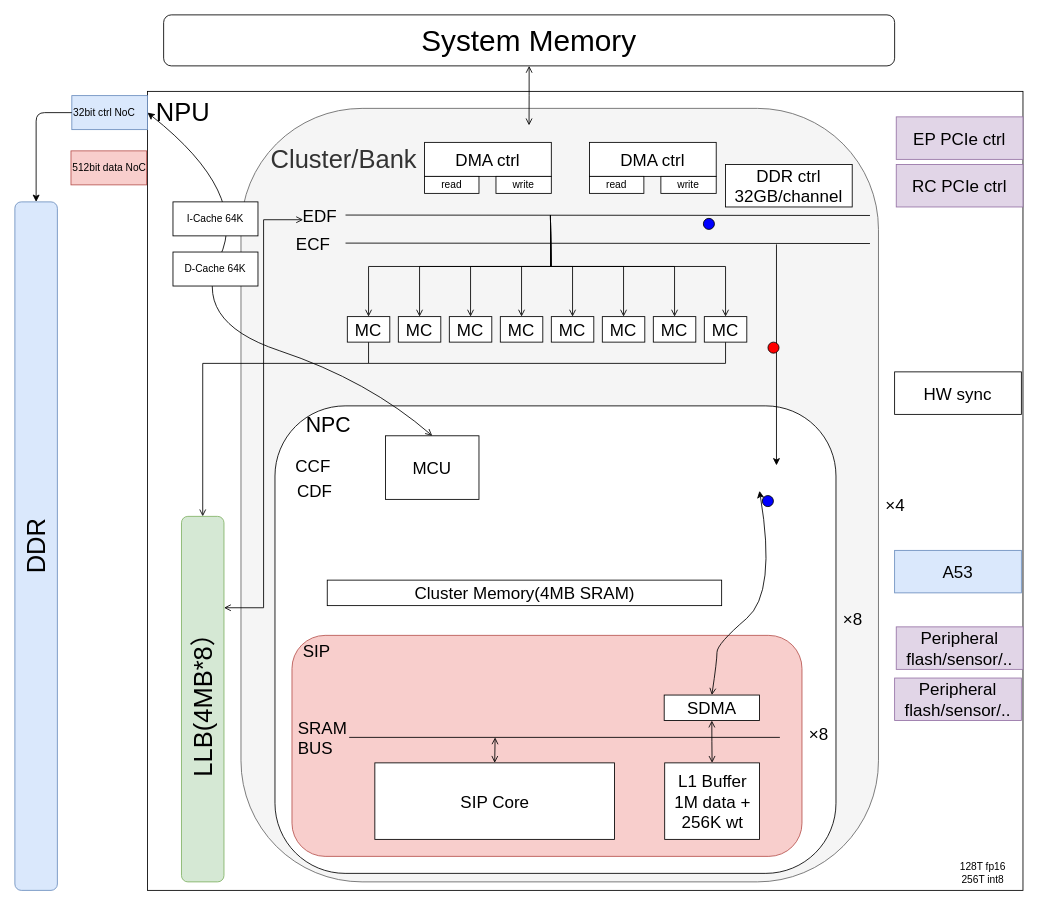
The draw.io diagram draw/jiuzhang.drawio in dracohan/jmhan.github.io, before the edit. Source tidied: cells renumbered, new cells numbered last; positions are measured from the earlier drawing's top-left corner, leaving out a move shared by most shapes. Both pictures are drawn from the tidied source at 85%, with x=0, y=0 at pixel (14, 14).
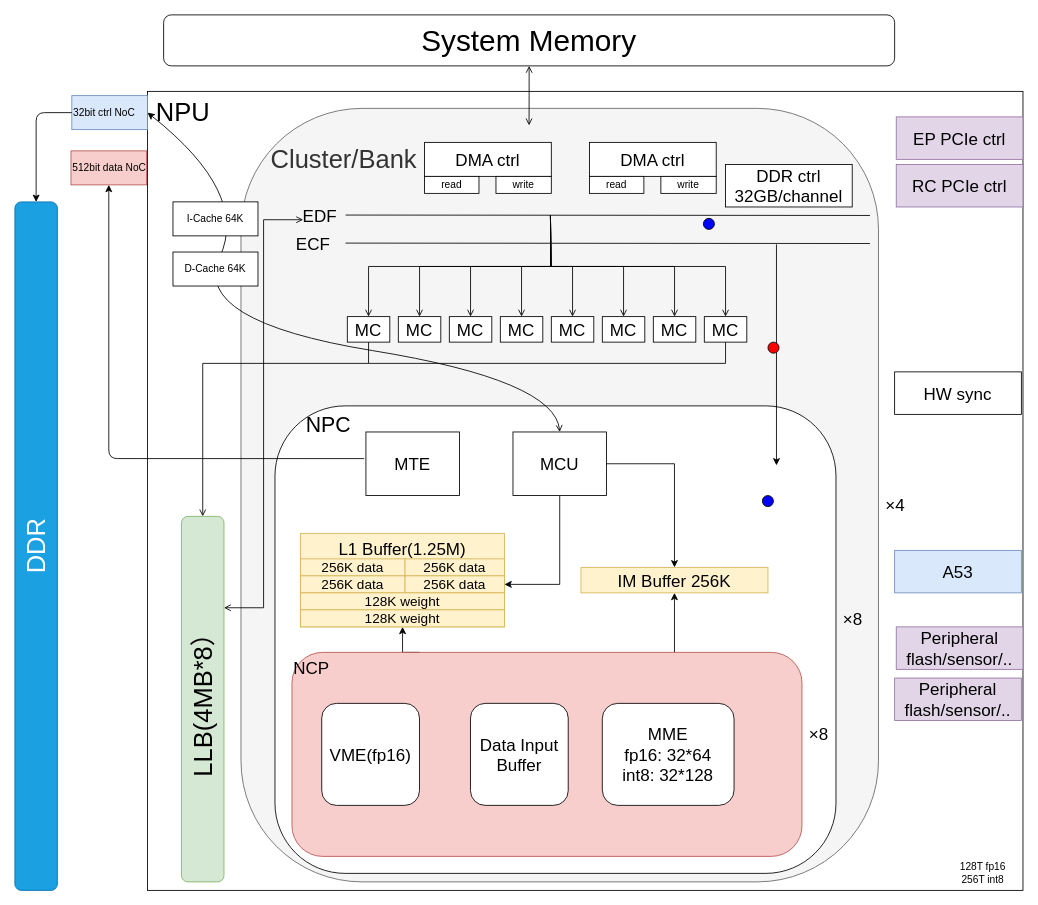
After the change.

Unchanged cells that the change refers to:
```xml
<mxCell id="52" value="32bit ctrl NoC" style="rounded=0;whiteSpace=wrap;html=1;align=left;fillColor=#dae8fc;strokeColor=#6c8ebf;" parent="1" vertex="1">
  <mxGeometry x="67" y="95" width="89" height="40" as="geometry" />
</mxCell>
<mxCell id="53" value="512bit data NoC" style="rounded=0;whiteSpace=wrap;html=1;align=left;fillColor=#f8cecc;strokeColor=#b85450;" parent="1" vertex="1">
  <mxGeometry x="66" y="160" width="89" height="40" as="geometry" />
</mxCell>
```

Change to the diagram source:
```diff
@@
-    <mxCell id="25" value="CDF" style="text;html=1;strokeColor=none;fillColor=none;align=center;verticalAlign=middle;whiteSpace=wrap;rounded=0;fontSize=20;" parent="1" vertex="1">
-      <mxGeometry x="332.8" y="550" width="40" height="20" as="geometry" />
-    </mxCell>
+    <mxCell id="74" style="edgeStyle=orthogonalEdgeStyle;rounded=0;jettySize=auto;html=1;entryX=1;entryY=0.5;entryDx=0;entryDy=0;exitX=0.5;exitY=1;exitDx=0;exitDy=0;" parent="1" edge="1" source="26" target="88">
+      <mxGeometry relative="1" as="geometry" />
+    </mxCell>
     <mxCell id="26" value="MCU" style="rounded=0;whiteSpace=wrap;html=1;align=center;fontSize=20;" parent="1" vertex="1">
-      <mxGeometry x="436" y="495.2" width="110" height="74.8" as="geometry" />
+      <mxGeometry x="586" y="490.7" width="110" height="74.8" as="geometry" />
     </mxCell>
-    <mxCell id="27" value="Cluster Memory(4MB SRAM)" style="rounded=0;whiteSpace=wrap;html=1;align=center;fontSize=20;" parent="1" vertex="1">
-      <mxGeometry x="367.5" y="665" width="464" height="30" as="geometry" />
-    </mxCell>
@@
+    <mxCell id="75" style="edgeStyle=orthogonalEdgeStyle;rounded=0;jettySize=auto;html=1;exitX=0.75;exitY=0;exitDx=0;exitDy=0;entryX=0.5;entryY=1;entryDx=0;entryDy=0;" parent="1" edge="1" source="30" target="82">
+      <mxGeometry relative="1" as="geometry" />
+    </mxCell>
+    <mxCell id="76" style="edgeStyle=orthogonalEdgeStyle;rounded=0;jettySize=auto;html=1;exitX=0.25;exitY=0;exitDx=0;exitDy=0;entryX=0.5;entryY=1;entryDx=0;entryDy=0;" parent="1" edge="1" source="30" target="90">
+      <mxGeometry relative="1" as="geometry" />
+    </mxCell>
-    <mxCell id="30" value="&lt;font style=&quot;font-size: 20px;&quot;&gt;&amp;nbsp; SIP&lt;/font&gt;" style="rounded=1;whiteSpace=wrap;html=1;align=left;verticalAlign=top;fontSize=20;fillColor=#f8cecc;strokeColor=#b85450;" parent="1" vertex="1">
-      <mxGeometry x="326" y="730" width="600" height="260" as="geometry" />
+    <mxCell id="30" value="&lt;font style=&quot;font-size: 20px&quot;&gt;NCP&lt;/font&gt;" style="rounded=1;whiteSpace=wrap;html=1;align=left;verticalAlign=top;fontSize=20;fillColor=#f8cecc;strokeColor=#b85450;" parent="1" vertex="1">
+      <mxGeometry x="326" y="750" width="600" height="240" as="geometry" />
     </mxCell>
-    <mxCell id="31" style="edgeStyle=orthogonalEdgeStyle;rounded=0;jettySize=auto;html=1;exitX=0.5;exitY=1;exitDx=0;exitDy=0;entryX=0.5;entryY=0;entryDx=0;entryDy=0;startArrow=open;startFill=0;endArrow=open;endFill=0;strokeColor=#000000;fontSize=20;" parent="1" edge="1" source="32" target="33">
-      <mxGeometry relative="1" as="geometry" />
-    </mxCell>
-    <mxCell id="32" value="SDMA" style="rounded=0;whiteSpace=wrap;html=1;align=center;fontSize=20;" parent="1" vertex="1">
-      <mxGeometry x="763.9" y="800.2" width="112.1" height="30" as="geometry" />
-    </mxCell>
-    <mxCell id="33" value="L1 Buffer&lt;br&gt;1M data + 256K wt" style="rounded=0;whiteSpace=wrap;html=1;align=center;fontSize=20;horizontal=1;" parent="1" vertex="1">
-      <mxGeometry x="764.5" y="880" width="111.5" height="90" as="geometry" />
-    </mxCell>
-    <mxCell id="34" style="endArrow=none;html=1;strokeColor=#000000;fontSize=20;" parent="1" edge="1">
-      <mxGeometry relative="1" as="geometry">
-        <mxPoint x="393.3" y="850" as="sourcePoint" />
-        <mxPoint x="900" y="850" as="targetPoint" />
-      </mxGeometry>
-    </mxCell>
-    <mxCell id="35" value="&lt;div style=&quot;text-align: justify&quot;&gt;&lt;span&gt;SRAM&lt;/span&gt;&lt;/div&gt;&lt;div style=&quot;text-align: justify&quot;&gt;&lt;span&gt;BUS&lt;/span&gt;&lt;/div&gt;" style="text;html=1;strokeColor=none;fillColor=none;align=right;verticalAlign=middle;whiteSpace=wrap;rounded=0;fontSize=20;" parent="1" vertex="1">
-      <mxGeometry x="352" y="840" width="41.3" height="20" as="geometry" />
-    </mxCell>
@@
-    <mxCell id="44" value="CCF" style="text;html=1;strokeColor=none;fillColor=none;align=center;verticalAlign=middle;whiteSpace=wrap;rounded=0;fontSize=20;" parent="1" vertex="1">
-      <mxGeometry x="331.3" y="520" width="40" height="20" as="geometry" />
-    </mxCell>
     <mxCell id="45" style="curved=1;endArrow=classic;html=1;strokeColor=#000000;fontSize=20;exitX=0.5;exitY=0;exitDx=0;exitDy=0;startArrow=open;startFill=0;entryX=1;entryY=0.5;entryDx=0;entryDy=0;" parent="1" edge="1" source="26" target="52">
       <mxGeometry relative="1" as="geometry">
         <Array as="points">
-          <mxPoint x="416" y="430" />
+          <mxPoint x="636" y="430" />
           <mxPoint x="206" y="360" />
           <mxPoint x="276" y="210" />
         </Array>
       </mxGeometry>
     </mxCell>
@@
-    <mxCell id="47" style="curved=1;endArrow=classic;html=1;strokeColor=#000000;fontSize=20;startArrow=open;startFill=0;exitX=0.5;exitY=0;exitDx=0;exitDy=0;" parent="1" edge="1" source="32">
-      <mxGeometry relative="1" as="geometry">
-        <mxPoint x="876" y="560" as="targetPoint" />
-        <Array as="points">
-          <mxPoint x="826" y="760" />
-          <mxPoint x="826" y="740" />
-          <mxPoint x="896" y="680" />
-        </Array>
-      </mxGeometry>
-    </mxCell>
@@
-    <mxCell id="49" style="edgeStyle=orthogonalEdgeStyle;rounded=0;jettySize=auto;html=1;exitX=0.5;exitY=0;exitDx=0;exitDy=0;startArrow=open;startFill=0;endArrow=open;endFill=0;strokeColor=#000000;fontSize=20;" parent="1" edge="1" source="50">
-      <mxGeometry relative="1" as="geometry">
-        <mxPoint x="565" y="850" as="targetPoint" />
-      </mxGeometry>
-    </mxCell>
-    <mxCell id="50" value="SIP Core" style="rounded=0;whiteSpace=wrap;html=1;align=center;fontSize=20;horizontal=1;" parent="1" vertex="1">
-      <mxGeometry x="423.5" y="880" width="282" height="90" as="geometry" />
-    </mxCell>
@@
-    <mxCell id="66" value="&lt;font style=&quot;font-size: 30px&quot;&gt;DDR&lt;/font&gt;" style="rounded=1;whiteSpace=wrap;html=1;align=center;direction=east;flipV=0;horizontal=0;fontSize=25;fillColor=#dae8fc;strokeColor=#6c8ebf;" parent="1" vertex="1">
+    <mxCell id="66" value="&lt;font style=&quot;font-size: 30px&quot;&gt;DDR&lt;/font&gt;" style="rounded=1;whiteSpace=wrap;html=1;align=center;direction=east;flipV=0;horizontal=0;fontSize=25;fillColor=#1ba1e2;strokeColor=#006EAF;fontColor=#ffffff;" parent="1" vertex="1">
       <mxGeometry y="220" width="50" height="810" as="geometry" />
     </mxCell>
@@
+    <mxCell id="77" value="MTE" style="rounded=0;whiteSpace=wrap;html=1;align=center;fontSize=20;" parent="1" vertex="1">
+      <mxGeometry x="413" y="490.7" width="110" height="74.8" as="geometry" />
+    </mxCell>
+    <mxCell id="78" style="edgeStyle=orthogonalEdgeStyle;rounded=0;jettySize=auto;html=1;exitX=1;exitY=0.5;exitDx=0;exitDy=0;entryX=0.5;entryY=0;entryDx=0;entryDy=0;" parent="1" edge="1" source="26" target="82">
+      <mxGeometry relative="1" as="geometry" />
+    </mxCell>
+    <mxCell id="79" value="&lt;span style=&quot;font-size: 20px&quot;&gt;VME(fp16)&lt;/span&gt;" style="rounded=1;whiteSpace=wrap;html=1;align=center;direction=south;" parent="1" vertex="1">
+      <mxGeometry x="361" y="810" width="115" height="120" as="geometry" />
+    </mxCell>
+    <mxCell id="80" value="&lt;span style=&quot;font-size: 20px&quot;&gt;MME&lt;br&gt;fp16: 32*64&lt;br&gt;int8: 32*128&lt;br&gt;&lt;/span&gt;" style="rounded=1;whiteSpace=wrap;html=1;align=center;" parent="1" vertex="1">
+      <mxGeometry x="691.1" y="810" width="155" height="120" as="geometry" />
+    </mxCell>
+    <mxCell id="81" value="&lt;span style=&quot;font-size: 20px&quot;&gt;Data Input&lt;br&gt;Buffer&lt;br&gt;&lt;/span&gt;" style="rounded=1;whiteSpace=wrap;html=1;align=center;direction=south;" parent="1" vertex="1">
+      <mxGeometry x="536" y="810" width="115" height="120" as="geometry" />
+    </mxCell>
+    <mxCell id="82" value="IM Buffer 256K" style="rounded=0;whiteSpace=wrap;html=1;align=center;fontSize=20;horizontal=1;fillColor=#fff2cc;strokeColor=#d6b656;" parent="1" vertex="1">
+      <mxGeometry x="666" y="650" width="220" height="30" as="geometry" />
+    </mxCell>
+    <mxCell id="83" style="group;" parent="1" vertex="1">
+      <mxGeometry x="336" y="610" width="240.1" height="110" as="geometry" />
+    </mxCell>
+    <mxCell id="84" value="L1 Buffer(1.25M)" style="rounded=0;whiteSpace=wrap;html=1;align=center;fontSize=20;horizontal=1;verticalAlign=top;fillColor=#fff2cc;strokeColor=#d6b656;" parent="83" vertex="1">
+      <mxGeometry width="240" height="110" as="geometry" />
+    </mxCell>
+    <mxCell id="85" value="&lt;font style=&quot;font-size: 16px&quot;&gt;256K data&lt;/font&gt;" style="rounded=0;whiteSpace=wrap;html=1;align=center;fillColor=#fff2cc;strokeColor=#d6b656;" parent="83" vertex="1">
+      <mxGeometry y="30" width="123" height="20" as="geometry" />
+    </mxCell>
+    <mxCell id="86" value="&lt;font style=&quot;font-size: 16px&quot;&gt;256K data&lt;/font&gt;" style="rounded=0;whiteSpace=wrap;html=1;align=center;fillColor=#fff2cc;strokeColor=#d6b656;" parent="83" vertex="1">
+      <mxGeometry x="123" y="30" width="117" height="20" as="geometry" />
+    </mxCell>
+    <mxCell id="87" value="&lt;font style=&quot;font-size: 16px&quot;&gt;256K data&lt;/font&gt;" style="rounded=0;whiteSpace=wrap;html=1;align=center;fillColor=#fff2cc;strokeColor=#d6b656;" parent="83" vertex="1">
+      <mxGeometry y="50" width="123" height="20" as="geometry" />
+    </mxCell>
+    <mxCell id="88" value="&lt;font style=&quot;font-size: 16px&quot;&gt;256K data&lt;/font&gt;" style="rounded=0;whiteSpace=wrap;html=1;align=center;fillColor=#fff2cc;strokeColor=#d6b656;" parent="83" vertex="1">
+      <mxGeometry x="123" y="50" width="117" height="20" as="geometry" />
+    </mxCell>
+    <mxCell id="89" value="&lt;font style=&quot;font-size: 16px&quot;&gt;128K weight&lt;/font&gt;" style="rounded=0;whiteSpace=wrap;html=1;align=center;fillColor=#fff2cc;strokeColor=#d6b656;" parent="83" vertex="1">
+      <mxGeometry y="70" width="240" height="20" as="geometry" />
+    </mxCell>
+    <mxCell id="90" value="&lt;font style=&quot;font-size: 16px&quot;&gt;128K weight&lt;/font&gt;" style="rounded=0;whiteSpace=wrap;html=1;align=center;fillColor=#fff2cc;strokeColor=#d6b656;" parent="83" vertex="1">
+      <mxGeometry x="0.1" y="90" width="240" height="20" as="geometry" />
+    </mxCell>
+    <mxCell id="91" style="edgeStyle=elbowEdgeStyle;elbow=vertical;endArrow=classic;html=1;entryX=0.5;entryY=1;entryDx=0;entryDy=0;exitX=-0.018;exitY=0.419;exitDx=0;exitDy=0;exitPerimeter=0;" parent="1" edge="1" source="77" target="53">
+      <mxGeometry relative="1" as="geometry">
+        <Array as="points">
+          <mxPoint x="266" y="522" />
+        </Array>
+      </mxGeometry>
+    </mxCell>
```
